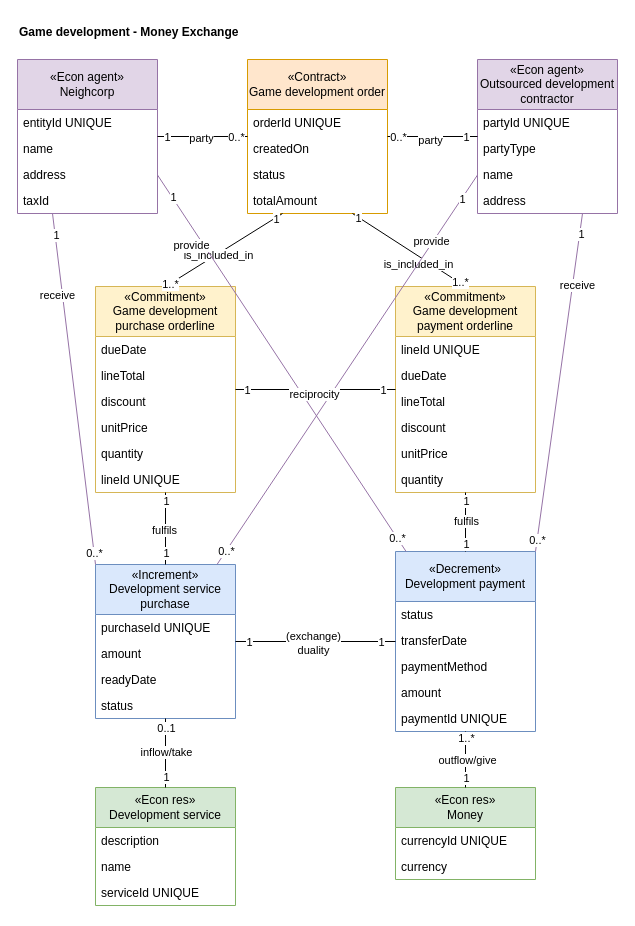
Earlier version of the draw.io diagram page "Game Development Exchange" (4 of 9) of media/IS1_Project_REA.drawio (tudwiglemmel/Neigh-Corp---Golden-Meadows). Source tidied: cells renumbered, new cells numbered last; positions are measured from the earlier drawing's top-left corner, leaving out a move shared by most shapes. Both pictures are drawn from the tidied source at 100%, with x=0, y=0 at pixel (17, 17).
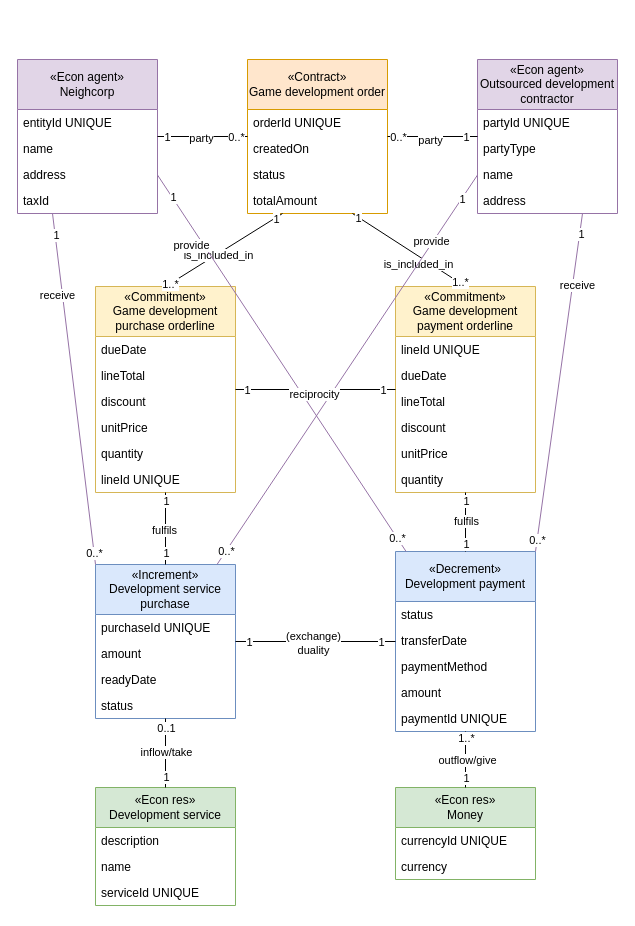
After the change.

What changed in the source:
```diff
@@
-    <mxCell id="104" value="Game development - Money Exchange" style="text;html=1;whiteSpace=wrap;strokeColor=none;fillColor=none;align=left;verticalAlign=middle;rounded=0;fontStyle=1;" parent="1" vertex="1">
-      <mxGeometry width="260" height="30" as="geometry" />
-    </mxCell>
```
